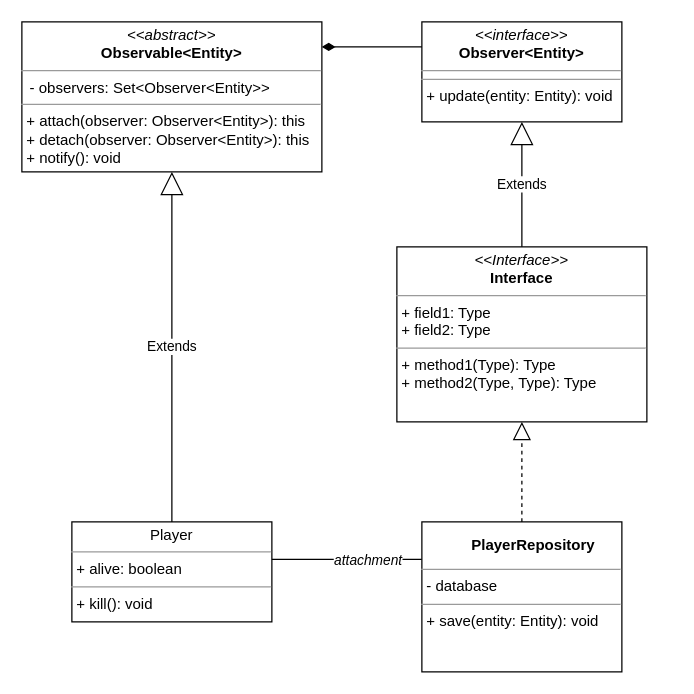
Before: new_lands.drawio in EnzoDiazDev/diagram, a draw.io diagram. Source tidied: cells renumbered, new cells numbered last; positions are measured from the earlier drawing's top-left corner, leaving out a move shared by most shapes. Both pictures are drawn from the tidied source at 125%, with x=0, y=0 at pixel (21, 21).
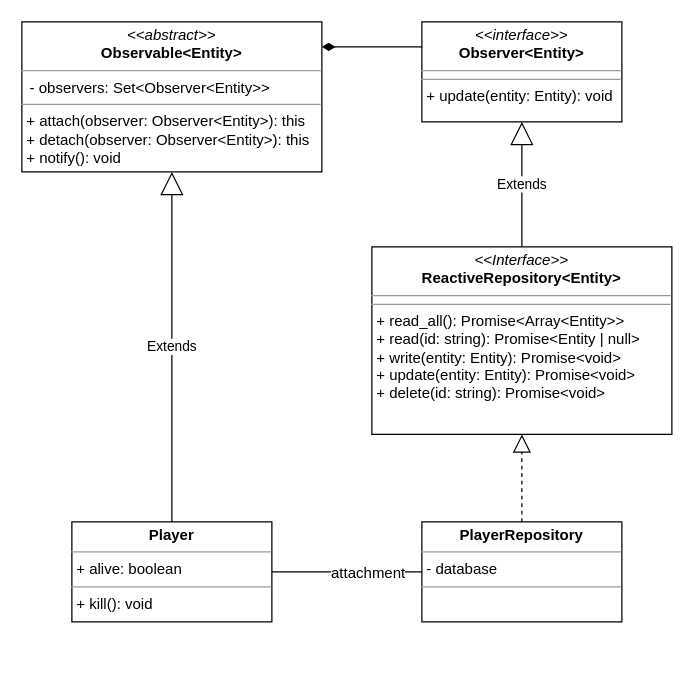
After the change.

Diff of the diagram source:
```diff
@@
 <mxGraphModel>
   <root>
     <mxCell id="0" />
     <mxCell id="1" parent="0" />
     <mxCell id="2" value="&lt;p style=&quot;margin: 0px ; margin-top: 4px ; text-align: center&quot;&gt;&lt;i&gt;&amp;lt;&amp;lt;abstract&amp;gt;&amp;gt;&lt;/i&gt;&lt;b&gt;&lt;br&gt;Observable&amp;lt;Entity&amp;gt;&lt;/b&gt;&lt;/p&gt;&lt;hr size=&quot;1&quot;&gt;&amp;nbsp; - observers: Set&amp;lt;Observer&amp;lt;Entity&amp;gt;&amp;gt;&lt;br&gt;&lt;hr size=&quot;1&quot;&gt;&lt;p style=&quot;margin: 0px ; margin-left: 4px&quot;&gt;+ attach(observer: Observer&amp;lt;Entity&amp;gt;): this&lt;/p&gt;&lt;p style=&quot;margin: 0px ; margin-left: 4px&quot;&gt;+ detach(observer: Observer&amp;lt;Entity&amp;gt;): this&lt;/p&gt;&lt;p style=&quot;margin: 0px ; margin-left: 4px&quot;&gt;+ notify(): void&lt;br&gt;&lt;/p&gt;&lt;div&gt;&lt;br&gt;&lt;/div&gt;&lt;div&gt;&lt;br&gt;&lt;/div&gt;" style="verticalAlign=top;align=left;overflow=fill;fontSize=12;fontFamily=Helvetica;html=1;" parent="1" vertex="1">
       <mxGeometry width="240" height="120" as="geometry" />
     </mxCell>
     <mxCell id="3" value="&lt;p style=&quot;margin: 0px ; margin-top: 4px ; text-align: center&quot;&gt;&lt;i&gt;&amp;lt;&amp;lt;interface&amp;gt;&amp;gt;&lt;/i&gt;&lt;br&gt;&lt;b&gt;Observer&amp;lt;Entity&amp;gt;&lt;/b&gt;&lt;br&gt;&lt;/p&gt;&lt;hr size=&quot;1&quot;&gt;&lt;hr size=&quot;1&quot;&gt;&lt;p style=&quot;margin: 0px ; margin-left: 4px&quot;&gt;+ update(entity: Entity): void&lt;/p&gt;" style="verticalAlign=top;align=left;overflow=fill;fontSize=12;fontFamily=Helvetica;html=1;" parent="1" vertex="1">
       <mxGeometry x="320" width="160" height="80" as="geometry" />
     </mxCell>
     <mxCell id="4" style="endArrow=none;startArrow=diamondThin;endFill=0;startFill=1;html=1;verticalAlign=bottom;labelBackgroundColor=none;strokeWidth=1;startSize=8;endSize=8;rounded=0;" parent="1" edge="1">
       <mxGeometry relative="1" as="geometry">
         <mxPoint x="240" y="20" as="sourcePoint" />
         <mxPoint x="320" y="20" as="targetPoint" />
       </mxGeometry>
     </mxCell>
-    <mxCell id="5" value="&lt;p style=&quot;margin: 0px ; margin-top: 4px ; text-align: center&quot;&gt;Player&lt;/p&gt;&lt;hr size=&quot;1&quot;&gt;&lt;p style=&quot;margin: 0px ; margin-left: 4px&quot;&gt;+ alive: boolean&lt;br&gt;&lt;/p&gt;&lt;hr size=&quot;1&quot;&gt;&lt;p style=&quot;margin: 0px ; margin-left: 4px&quot;&gt;+ kill(): void&lt;/p&gt;" style="verticalAlign=top;align=left;overflow=fill;fontSize=12;fontFamily=Helvetica;html=1;" parent="1" vertex="1">
+    <mxCell id="5" value="&lt;p style=&quot;margin: 0px ; margin-top: 4px ; text-align: center&quot;&gt;&lt;b&gt;Player&lt;/b&gt;&lt;/p&gt;&lt;hr size=&quot;1&quot;&gt;&lt;p style=&quot;margin: 0px ; margin-left: 4px&quot;&gt;+ alive: boolean&lt;br&gt;&lt;/p&gt;&lt;hr size=&quot;1&quot;&gt;&lt;p style=&quot;margin: 0px ; margin-left: 4px&quot;&gt;+ kill(): void&lt;/p&gt;" style="verticalAlign=top;align=left;overflow=fill;fontSize=12;fontFamily=Helvetica;html=1;" parent="1" vertex="1">
       <mxGeometry x="40" y="400" width="160" height="80" as="geometry" />
     </mxCell>
     <mxCell id="6" value="Extends" style="endArrow=block;endSize=16;endFill=0;html=1;rounded=0;entryX=0.5;entryY=1;entryDx=0;entryDy=0;exitX=0.5;exitY=0;exitDx=0;exitDy=0;" parent="1" edge="1" source="5" target="2">
       <mxGeometry relative="1" as="geometry" />
     </mxCell>
-    <mxCell id="7" style="edgeStyle=orthogonalEdgeStyle;rounded=0;jettySize=auto;html=1;exitX=0;exitY=0.25;exitDx=0;exitDy=0;endArrow=none;endFill=0;" parent="1" edge="1" source="9">
-      <mxGeometry relative="1" as="geometry">
-        <mxPoint x="200" y="430" as="targetPoint" />
-      </mxGeometry>
-    </mxCell>
-    <mxCell id="8" value="&lt;div&gt;&lt;i&gt;attachment&lt;/i&gt;&lt;/div&gt;" style="edgeLabel;html=1;align=center;verticalAlign=middle;" parent="7" vertex="1">
-      <mxGeometry x="-0.27" relative="1" as="geometry" />
-    </mxCell>
-    <mxCell id="9" value="&lt;div align=&quot;center&quot;&gt;&lt;blockquote&gt;&lt;b&gt;PlayerRepository&lt;/b&gt;&lt;/blockquote&gt;&lt;/div&gt;&lt;hr size=&quot;1&quot;&gt;&lt;p style=&quot;margin: 0px ; margin-left: 4px&quot;&gt;- database&lt;br&gt;&lt;/p&gt;&lt;hr size=&quot;1&quot;&gt;&lt;p style=&quot;margin: 0px ; margin-left: 4px&quot;&gt;+ save(entity: Entity): void&lt;br&gt;&lt;/p&gt;" style="verticalAlign=top;align=left;overflow=fill;fontSize=12;fontFamily=Helvetica;html=1;" parent="1" vertex="1">
-      <mxGeometry x="320" y="400" width="160" height="120" as="geometry" />
-    </mxCell>
-    <mxCell id="10" style="endArrow=block;dashed=1;endFill=0;endSize=12;html=1;rounded=0;exitX=0.5;exitY=0;exitDx=0;exitDy=0;entryX=0.5;entryY=1;entryDx=0;entryDy=0;" parent="1" edge="1" source="9" target="12">
-      <mxGeometry relative="1" as="geometry" />
+    <mxCell id="10" style="endArrow=block;dashed=1;endFill=0;endSize=12;html=1;rounded=0;exitX=0.5;exitY=0;exitDx=0;exitDy=0;entryX=0.5;entryY=1;entryDx=0;entryDy=0;" parent="1" edge="1" target="12">
+      <mxGeometry relative="1" as="geometry">
+        <mxPoint x="400" y="400" as="sourcePoint" />
+      </mxGeometry>
     </mxCell>
     <mxCell id="11" value="Extends" style="endArrow=block;endSize=16;endFill=0;html=1;rounded=0;entryX=0.5;entryY=1;entryDx=0;entryDy=0;exitX=0.5;exitY=0;exitDx=0;exitDy=0;" parent="1" edge="1" source="12" target="3">
       <mxGeometry relative="1" as="geometry" />
     </mxCell>
-    <mxCell id="12" value="&lt;p style=&quot;margin:0px;margin-top:4px;text-align:center;&quot;&gt;&lt;i&gt;&amp;lt;&amp;lt;Interface&amp;gt;&amp;gt;&lt;/i&gt;&lt;br/&gt;&lt;b&gt;Interface&lt;/b&gt;&lt;/p&gt;&lt;hr size=&quot;1&quot;/&gt;&lt;p style=&quot;margin:0px;margin-left:4px;&quot;&gt;+ field1: Type&lt;br/&gt;+ field2: Type&lt;/p&gt;&lt;hr size=&quot;1&quot;/&gt;&lt;p style=&quot;margin:0px;margin-left:4px;&quot;&gt;+ method1(Type): Type&lt;br/&gt;+ method2(Type, Type): Type&lt;/p&gt;" style="verticalAlign=top;align=left;overflow=fill;fontSize=12;fontFamily=Helvetica;html=1;" parent="1" vertex="1">
-      <mxGeometry x="300" y="180" width="200" height="140" as="geometry" />
+    <mxCell id="12" value="&lt;p style=&quot;margin: 0px ; margin-top: 4px ; text-align: center&quot;&gt;&lt;i&gt;&amp;lt;&amp;lt;Interface&amp;gt;&amp;gt;&lt;/i&gt;&lt;br&gt;&lt;b&gt;ReactiveRepository&amp;lt;Entity&amp;gt;&lt;/b&gt;&lt;br&gt;&lt;/p&gt;&lt;hr size=&quot;1&quot;&gt;&lt;hr size=&quot;1&quot;&gt;&lt;p style=&quot;margin: 0px ; margin-left: 4px&quot;&gt;+ read_all(): Promise&amp;lt;Array&amp;lt;Entity&amp;gt;&amp;gt;&lt;br&gt;+ read(id: string): Promise&amp;lt;Entity | null&amp;gt;&lt;/p&gt;&lt;p style=&quot;margin: 0px ; margin-left: 4px&quot;&gt;+ write(entity: Entity): Promise&amp;lt;void&amp;gt;&lt;/p&gt;&lt;p style=&quot;margin: 0px ; margin-left: 4px&quot;&gt;+ update(entity: Entity): Promise&amp;lt;void&amp;gt;&lt;/p&gt;&lt;p style=&quot;margin: 0px ; margin-left: 4px&quot;&gt;+ delete(id: string): Promise&amp;lt;void&amp;gt;&lt;/p&gt;" style="verticalAlign=top;align=left;overflow=fill;fontSize=12;fontFamily=Helvetica;html=1;" parent="1" vertex="1">
+      <mxGeometry x="280" y="180" width="240" height="150" as="geometry" />
     </mxCell>
+    <mxCell id="13" style="edgeStyle=orthogonalEdgeStyle;rounded=0;jettySize=auto;html=1;exitX=0;exitY=0.5;exitDx=0;exitDy=0;entryX=1;entryY=0.5;entryDx=0;entryDy=0;fontSize=12;endArrow=none;endFill=0;" parent="1" edge="1" source="14" target="5">
+      <mxGeometry relative="1" as="geometry" />
+    </mxCell>
+    <mxCell id="8" value="attachment" style="edgeLabel;html=1;align=center;verticalAlign=middle;fontSize=12;" parent="13" vertex="1">
+      <mxGeometry x="-0.27" relative="1" as="geometry" />
+    </mxCell>
+    <mxCell id="14" value="&lt;p style=&quot;margin: 0px ; margin-top: 4px ; text-align: center&quot;&gt;&lt;b&gt;PlayerRepository&lt;/b&gt;&lt;br&gt;&lt;/p&gt;&lt;hr size=&quot;1&quot;&gt;&lt;p style=&quot;margin: 0px ; margin-left: 4px&quot;&gt;- database&lt;br&gt;&lt;/p&gt;&lt;hr size=&quot;1&quot;&gt;&lt;p style=&quot;margin: 0px ; margin-left: 4px&quot;&gt;&lt;br&gt;&lt;/p&gt;" style="verticalAlign=top;align=left;overflow=fill;fontSize=12;fontFamily=Helvetica;html=1;" parent="1" vertex="1">
+      <mxGeometry x="320" y="400" width="160" height="80" as="geometry" />
+    </mxCell>
   </root>
 </mxGraphModel>
```
